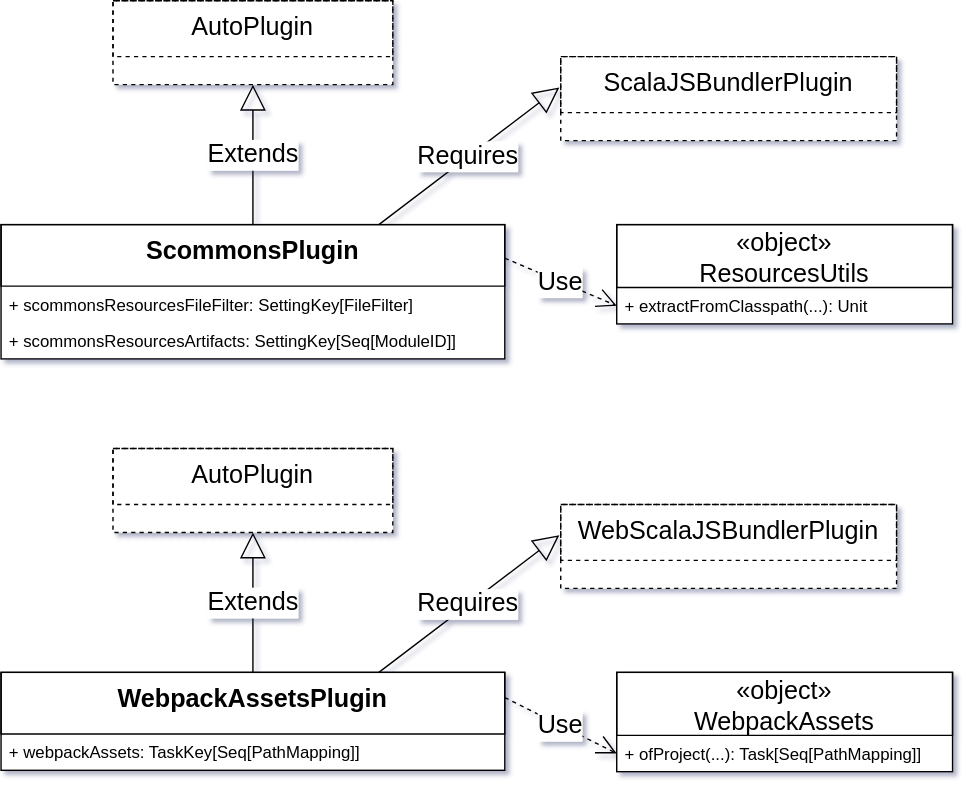
This is docs/drawio/overview.svg from scommons/sbt-scommons-utils, a draw.io export, as it was before one commit. Source tidied: cells renumbered, new cells last; positions are measured from the earlier drawing's top-left corner, leaving out a move shared by most shapes. Its diagram source:
```xml
<mxGraphModel background="#ffffff">
  <root>
    <mxCell id="0" />
    <mxCell id="1" parent="0" />
    <mxCell id="2" value="ScommonsPlugin" style="swimlane;fontStyle=1;align=center;verticalAlign=top;horizontal=1;startSize=44;swimlaneFillColor=#ffffff;fillColor=none;fontSize=18;" parent="1" vertex="1">
      <mxGeometry y="160" width="360" height="96" as="geometry" />
    </mxCell>
    <mxCell id="3" value="+ scommonsResourcesFileFilter: SettingKey[FileFilter]" style="text;strokeColor=none;fillColor=none;align=left;verticalAlign=top;spacingLeft=4;spacingRight=4;overflow=hidden;" parent="2" vertex="1">
      <mxGeometry y="44" width="360" height="26" as="geometry" />
    </mxCell>
    <mxCell id="4" value="+ scommonsResourcesArtifacts: SettingKey[Seq[ModuleID]]" style="text;strokeColor=none;fillColor=none;align=left;verticalAlign=top;spacingLeft=4;spacingRight=4;overflow=hidden;" parent="2" vertex="1">
      <mxGeometry y="70" width="360" height="26" as="geometry" />
    </mxCell>
    <mxCell id="5" value="AutoPlugin" style="swimlane;fontStyle=0;align=center;verticalAlign=top;horizontal=1;startSize=40;swimlaneFillColor=#ffffff;fillColor=none;fontSize=18;dashed=1;" parent="1" vertex="1">
      <mxGeometry x="80" width="200" height="60" as="geometry" />
    </mxCell>
    <mxCell id="6" value="Extends" style="endArrow=block;endSize=16;endFill=0;html=1;fontSize=18;exitX=0.5;exitY=0;entryX=0.5;entryY=1;" parent="1" edge="1" source="2" target="5">
      <mxGeometry relative="1" as="geometry" />
    </mxCell>
    <mxCell id="7" value="ScalaJSBundlerPlugin" style="swimlane;fontStyle=0;align=center;verticalAlign=top;horizontal=1;startSize=40;swimlaneFillColor=#ffffff;fillColor=none;fontSize=18;dashed=1;" parent="1" vertex="1">
      <mxGeometry x="400" y="40" width="240" height="60" as="geometry" />
    </mxCell>
    <mxCell id="8" value="Requires" style="endArrow=block;endSize=16;endFill=0;html=1;fontSize=18;exitX=0.75;exitY=0;entryX=-0.004;entryY=0.367;entryPerimeter=0;" parent="1" edge="1" source="2" target="7">
      <mxGeometry relative="1" as="geometry" />
    </mxCell>
    <mxCell id="9" value="«object»&#10;ResourcesUtils" style="swimlane;fontStyle=0;horizontal=1;startSize=45;fillColor=none;swimlaneFillColor=#ffffff;fontSize=18;" parent="1" vertex="1">
      <mxGeometry x="440" y="160" width="240" height="71" as="geometry" />
    </mxCell>
    <mxCell id="10" value="+ extractFromClasspath(...): Unit" style="text;strokeColor=none;fillColor=none;align=left;verticalAlign=top;spacingLeft=4;spacingRight=4;overflow=hidden;points=[[0,0.5],[1,0.5]];portConstraint=eastwest;" parent="9" vertex="1">
      <mxGeometry y="45" width="240" height="26" as="geometry" />
    </mxCell>
    <mxCell id="11" value="Use" style="endArrow=open;endSize=12;dashed=1;html=1;fontSize=18;exitX=1;exitY=0.25;entryX=0;entryY=0.5;" parent="1" edge="1" source="2" target="10">
      <mxGeometry relative="1" as="geometry" />
    </mxCell>
    <mxCell id="12" value="WebpackAssetsPlugin" style="swimlane;fontStyle=1;align=center;verticalAlign=top;horizontal=1;startSize=44;swimlaneFillColor=#ffffff;fillColor=none;fontSize=18;" parent="1" vertex="1">
      <mxGeometry y="480" width="360" height="70" as="geometry" />
    </mxCell>
    <mxCell id="13" value="+ webpackAssets: TaskKey[Seq[PathMapping]]" style="text;strokeColor=none;fillColor=none;align=left;verticalAlign=top;spacingLeft=4;spacingRight=4;overflow=hidden;" parent="12" vertex="1">
      <mxGeometry y="44" width="360" height="26" as="geometry" />
    </mxCell>
    <mxCell id="14" value="AutoPlugin" style="swimlane;fontStyle=0;align=center;verticalAlign=top;horizontal=1;startSize=40;swimlaneFillColor=#ffffff;fillColor=none;fontSize=18;dashed=1;" parent="1" vertex="1">
      <mxGeometry x="80" y="320" width="200" height="60" as="geometry" />
    </mxCell>
    <mxCell id="15" value="Extends" style="endArrow=block;endSize=16;endFill=0;html=1;fontSize=18;exitX=0.5;exitY=0;entryX=0.5;entryY=1;" parent="1" edge="1" source="12" target="14">
      <mxGeometry relative="1" as="geometry" />
    </mxCell>
    <mxCell id="16" value="WebScalaJSBundlerPlugin" style="swimlane;fontStyle=0;align=center;verticalAlign=top;horizontal=1;startSize=40;swimlaneFillColor=#ffffff;fillColor=none;fontSize=18;dashed=1;" parent="1" vertex="1">
      <mxGeometry x="400" y="360" width="240" height="60" as="geometry" />
    </mxCell>
    <mxCell id="17" value="Requires" style="endArrow=block;endSize=16;endFill=0;html=1;fontSize=18;exitX=0.75;exitY=0;entryX=-0.004;entryY=0.367;entryPerimeter=0;" parent="1" edge="1" source="12" target="16">
      <mxGeometry relative="1" as="geometry" />
    </mxCell>
    <mxCell id="18" value="«object»&#10;WebpackAssets" style="swimlane;fontStyle=0;horizontal=1;startSize=45;fillColor=none;swimlaneFillColor=#ffffff;fontSize=18;" parent="1" vertex="1">
      <mxGeometry x="440" y="480" width="240" height="71" as="geometry" />
    </mxCell>
    <mxCell id="19" value="+ ofProject(...): Task[Seq[PathMapping]]" style="text;strokeColor=none;fillColor=none;align=left;verticalAlign=top;spacingLeft=4;spacingRight=4;overflow=hidden;points=[[0,0.5],[1,0.5]];portConstraint=eastwest;" parent="18" vertex="1">
      <mxGeometry y="45" width="240" height="26" as="geometry" />
    </mxCell>
    <mxCell id="20" value="Use" style="endArrow=open;endSize=12;dashed=1;html=1;fontSize=18;exitX=1;exitY=0.25;entryX=0;entryY=0.5;" parent="1" edge="1" source="12" target="19">
      <mxGeometry relative="1" as="geometry" />
    </mxCell>
  </root>
</mxGraphModel>
```
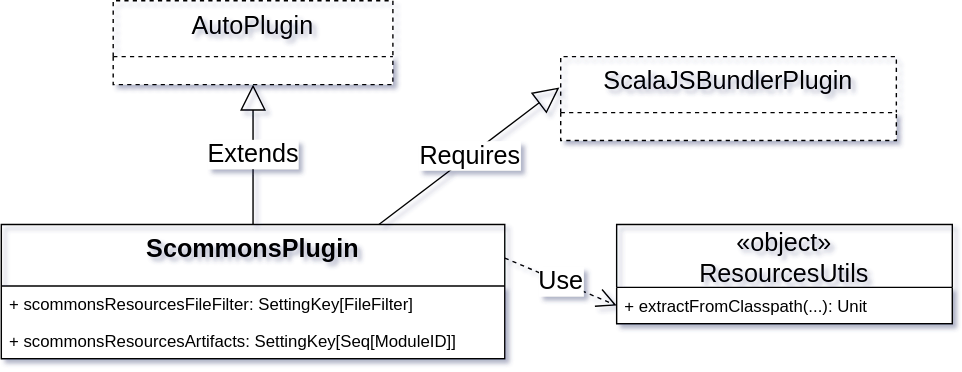
Later version of the same file.

Change to the diagram source:
```diff
@@ -32,32 +32,5 @@
     <mxCell id="11" value="Use" style="endArrow=open;endSize=12;dashed=1;html=1;fontSize=18;exitX=1;exitY=0.25;entryX=0;entryY=0.5;" parent="1" edge="1" source="2" target="10">
       <mxGeometry relative="1" as="geometry" />
     </mxCell>
-    <mxCell id="12" value="WebpackAssetsPlugin" style="swimlane;fontStyle=1;align=center;verticalAlign=top;horizontal=1;startSize=44;swimlaneFillColor=#ffffff;fillColor=none;fontSize=18;" parent="1" vertex="1">
-      <mxGeometry y="480" width="360" height="70" as="geometry" />
-    </mxCell>
-    <mxCell id="13" value="+ webpackAssets: TaskKey[Seq[PathMapping]]" style="text;strokeColor=none;fillColor=none;align=left;verticalAlign=top;spacingLeft=4;spacingRight=4;overflow=hidden;" parent="12" vertex="1">
-      <mxGeometry y="44" width="360" height="26" as="geometry" />
-    </mxCell>
-    <mxCell id="14" value="AutoPlugin" style="swimlane;fontStyle=0;align=center;verticalAlign=top;horizontal=1;startSize=40;swimlaneFillColor=#ffffff;fillColor=none;fontSize=18;dashed=1;" parent="1" vertex="1">
-      <mxGeometry x="80" y="320" width="200" height="60" as="geometry" />
-    </mxCell>
-    <mxCell id="15" value="Extends" style="endArrow=block;endSize=16;endFill=0;html=1;fontSize=18;exitX=0.5;exitY=0;entryX=0.5;entryY=1;" parent="1" edge="1" source="12" target="14">
-      <mxGeometry relative="1" as="geometry" />
-    </mxCell>
-    <mxCell id="16" value="WebScalaJSBundlerPlugin" style="swimlane;fontStyle=0;align=center;verticalAlign=top;horizontal=1;startSize=40;swimlaneFillColor=#ffffff;fillColor=none;fontSize=18;dashed=1;" parent="1" vertex="1">
-      <mxGeometry x="400" y="360" width="240" height="60" as="geometry" />
-    </mxCell>
-    <mxCell id="17" value="Requires" style="endArrow=block;endSize=16;endFill=0;html=1;fontSize=18;exitX=0.75;exitY=0;entryX=-0.004;entryY=0.367;entryPerimeter=0;" parent="1" edge="1" source="12" target="16">
-      <mxGeometry relative="1" as="geometry" />
-    </mxCell>
-    <mxCell id="18" value="«object»&#10;WebpackAssets" style="swimlane;fontStyle=0;horizontal=1;startSize=45;fillColor=none;swimlaneFillColor=#ffffff;fontSize=18;" parent="1" vertex="1">
-      <mxGeometry x="440" y="480" width="240" height="71" as="geometry" />
-    </mxCell>
-    <mxCell id="19" value="+ ofProject(...): Task[Seq[PathMapping]]" style="text;strokeColor=none;fillColor=none;align=left;verticalAlign=top;spacingLeft=4;spacingRight=4;overflow=hidden;points=[[0,0.5],[1,0.5]];portConstraint=eastwest;" parent="18" vertex="1">
-      <mxGeometry y="45" width="240" height="26" as="geometry" />
-    </mxCell>
-    <mxCell id="20" value="Use" style="endArrow=open;endSize=12;dashed=1;html=1;fontSize=18;exitX=1;exitY=0.25;entryX=0;entryY=0.5;" parent="1" edge="1" source="12" target="19">
-      <mxGeometry relative="1" as="geometry" />
-    </mxCell>
   </root>
 </mxGraphModel>
```
